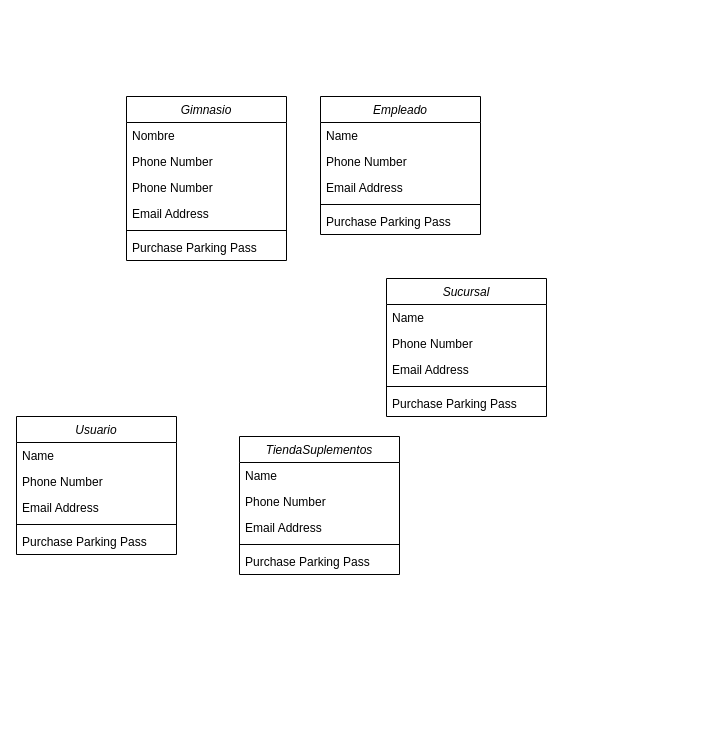
This is GestionDeGimnasios.drawio from FJavierVC/GestionDeGimnasios, a draw.io file, before an edit. Source tidied: cells renumbered, new cells numbered last; positions are measured from the earlier drawing's top-left corner, leaving out a move shared by most shapes. Both pictures are drawn from the tidied source at 100%, with x=0, y=0 at pixel (16, 96).
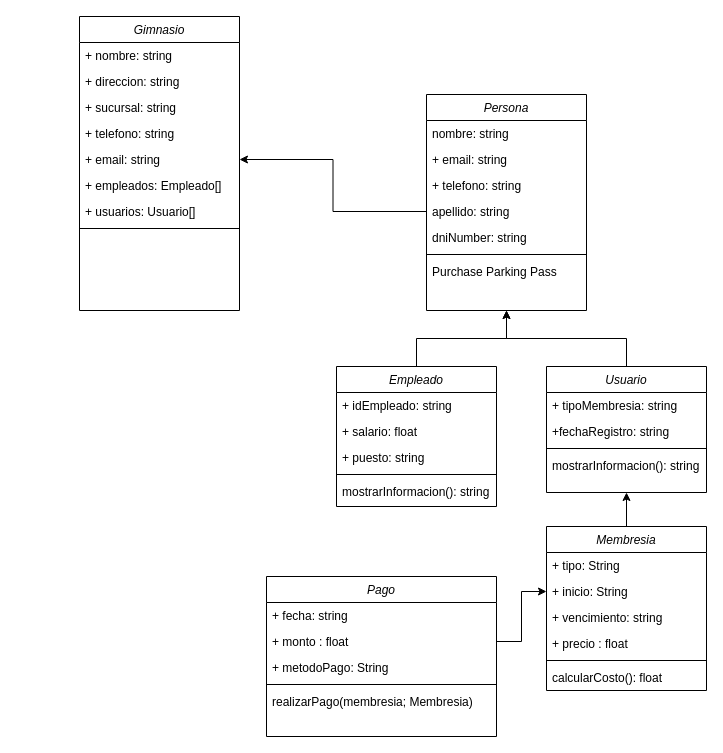
Above is the later version.

Change to the diagram source:
```diff
@@
     <mxCell id="2" value="Gimnasio" style="swimlane;fontStyle=2;align=center;verticalAlign=top;horizontal=1;startSize=26;rounded=0;shadow=0;strokeWidth=1;" parent="1" vertex="1">
-      <mxGeometry x="110" width="160" height="164" as="geometry" />
+      <mxGeometry x="63" y="-80" width="160" height="294" as="geometry" />
     </mxCell>
-    <mxCell id="3" value="Nombre" style="text;align=left;verticalAlign=top;spacingLeft=4;spacingRight=4;overflow=hidden;" parent="2" vertex="1">
-      <mxGeometry y="26" width="160" height="26" as="geometry" />
-    </mxCell>
+    <mxCell id="33" value="+ nombre: string" style="text;align=left;verticalAlign=top;spacingLeft=4;spacingRight=4;overflow=hidden;" parent="2" vertex="1">
+      <mxGeometry y="26" width="160" height="26" as="geometry" />
+    </mxCell>
+    <mxCell id="34" value="+ direccion: string" style="text;align=left;verticalAlign=top;spacingLeft=4;spacingRight=4;overflow=hidden;rounded=0;shadow=0;html=0;" parent="2" vertex="1">
+      <mxGeometry y="52" width="160" height="26" as="geometry" />
+    </mxCell>
-    <mxCell id="4" value="Phone Number" style="text;align=left;verticalAlign=top;spacingLeft=4;spacingRight=4;overflow=hidden;rounded=0;shadow=0;html=0;" parent="2" vertex="1">
-      <mxGeometry y="52" width="160" height="26" as="geometry" />
+    <mxCell id="4" value="+ sucursal: string" style="text;align=left;verticalAlign=top;spacingLeft=4;spacingRight=4;overflow=hidden;rounded=0;shadow=0;html=0;" parent="2" vertex="1">
+      <mxGeometry y="78" width="160" height="26" as="geometry" />
     </mxCell>
-    <mxCell id="5" value="Phone Number" style="text;align=left;verticalAlign=top;spacingLeft=4;spacingRight=4;overflow=hidden;rounded=0;shadow=0;html=0;" parent="2" vertex="1">
-      <mxGeometry y="78" width="160" height="26" as="geometry" />
-    </mxCell>
+    <mxCell id="35" value="+ telefono: string" style="text;align=left;verticalAlign=top;spacingLeft=4;spacingRight=4;overflow=hidden;rounded=0;shadow=0;html=0;" parent="2" vertex="1">
+      <mxGeometry y="104" width="160" height="26" as="geometry" />
+    </mxCell>
-    <mxCell id="6" value="Email Address" style="text;align=left;verticalAlign=top;spacingLeft=4;spacingRight=4;overflow=hidden;points=[[0,0.5],[1,0.5]];portConstraint=eastwest;rounded=0;shadow=0;html=0;" parent="2" vertex="1">
-      <mxGeometry y="104" width="160" height="26" as="geometry" />
+    <mxCell id="6" value="+ email: string" style="text;align=left;verticalAlign=top;spacingLeft=4;spacingRight=4;overflow=hidden;points=[[0,0.5],[1,0.5]];portConstraint=eastwest;rounded=0;shadow=0;html=0;" parent="2" vertex="1">
+      <mxGeometry y="130" width="160" height="26" as="geometry" />
     </mxCell>
+    <mxCell id="36" value="+ empleados: Empleado[]&#10;" style="text;align=left;verticalAlign=top;spacingLeft=4;spacingRight=4;overflow=hidden;" parent="2" vertex="1">
+      <mxGeometry y="156" width="160" height="26" as="geometry" />
+    </mxCell>
+    <mxCell id="37" value="+ usuarios: Usuario[]" style="text;align=left;verticalAlign=top;spacingLeft=4;spacingRight=4;overflow=hidden;" parent="2" vertex="1">
+      <mxGeometry y="182" width="160" height="26" as="geometry" />
+    </mxCell>
     <mxCell id="7" style="line;html=1;strokeWidth=1;align=left;verticalAlign=middle;spacingTop=-1;spacingLeft=3;spacingRight=3;labelPosition=right;" parent="2" vertex="1">
-      <mxGeometry y="130" width="160" height="8" as="geometry" />
+      <mxGeometry y="208" width="160" height="8" as="geometry" />
     </mxCell>
-    <mxCell id="8" value="Purchase Parking Pass" style="text;align=left;verticalAlign=top;spacingLeft=4;spacingRight=4;overflow=hidden;" parent="2" vertex="1">
-      <mxGeometry y="138" width="160" height="26" as="geometry" />
-    </mxCell>
-    <mxCell id="9" value="Sucursal" style="swimlane;fontStyle=2;align=center;verticalAlign=top;horizontal=1;startSize=26;rounded=0;shadow=0;strokeWidth=1;" parent="1" vertex="1">
-      <mxGeometry x="370" y="182" width="160" height="138" as="geometry" />
-    </mxCell>
-    <mxCell id="10" value="Name" style="text;align=left;verticalAlign=top;spacingLeft=4;spacingRight=4;overflow=hidden;" parent="9" vertex="1">
-      <mxGeometry y="26" width="160" height="26" as="geometry" />
-    </mxCell>
-    <mxCell id="11" value="Phone Number" style="text;align=left;verticalAlign=top;spacingLeft=4;spacingRight=4;overflow=hidden;rounded=0;shadow=0;html=0;" parent="9" vertex="1">
-      <mxGeometry y="52" width="160" height="26" as="geometry" />
-    </mxCell>
-    <mxCell id="12" value="Email Address" style="text;align=left;verticalAlign=top;spacingLeft=4;spacingRight=4;overflow=hidden;rounded=0;shadow=0;html=0;" parent="9" vertex="1">
-      <mxGeometry y="78" width="160" height="26" as="geometry" />
-    </mxCell>
-    <mxCell id="13" style="line;html=1;strokeWidth=1;align=left;verticalAlign=middle;spacingTop=-1;spacingLeft=3;spacingRight=3;labelPosition=right;" parent="9" vertex="1">
-      <mxGeometry y="104" width="160" height="8" as="geometry" />
-    </mxCell>
-    <mxCell id="14" value="Purchase Parking Pass" style="text;align=left;verticalAlign=top;spacingLeft=4;spacingRight=4;overflow=hidden;" parent="9" vertex="1">
-      <mxGeometry y="112" width="160" height="26" as="geometry" />
-    </mxCell>
+    <mxCell id="38" style="edgeStyle=orthogonalEdgeStyle;rounded=0;jettySize=auto;html=1;exitX=0.5;exitY=0;exitDx=0;exitDy=0;entryX=0.5;entryY=1;entryDx=0;entryDy=0;" parent="1" edge="1" source="15" target="21">
+      <mxGeometry relative="1" as="geometry" />
+    </mxCell>
     <mxCell id="15" value="Empleado" style="swimlane;fontStyle=2;align=center;verticalAlign=top;horizontal=1;startSize=26;rounded=0;shadow=0;strokeWidth=1;" parent="1" vertex="1">
-      <mxGeometry x="304" width="160" height="138" as="geometry" />
+      <mxGeometry x="320" y="270" width="160" height="140" as="geometry" />
     </mxCell>
-    <mxCell id="16" value="Name" style="text;align=left;verticalAlign=top;spacingLeft=4;spacingRight=4;overflow=hidden;" parent="15" vertex="1">
+    <mxCell id="16" value="+ idEmpleado: string" style="text;align=left;verticalAlign=top;spacingLeft=4;spacingRight=4;overflow=hidden;" parent="15" vertex="1">
       <mxGeometry y="26" width="160" height="26" as="geometry" />
     </mxCell>
-    <mxCell id="17" value="Phone Number" style="text;align=left;verticalAlign=top;spacingLeft=4;spacingRight=4;overflow=hidden;rounded=0;shadow=0;html=0;" parent="15" vertex="1">
-      <mxGeometry y="52" width="160" height="26" as="geometry" />
-    </mxCell>
-    <mxCell id="18" value="Email Address" style="text;align=left;verticalAlign=top;spacingLeft=4;spacingRight=4;overflow=hidden;rounded=0;shadow=0;html=0;" parent="15" vertex="1">
-      <mxGeometry y="78" width="160" height="26" as="geometry" />
+    <mxCell id="18" value="+ salario: float" style="text;align=left;verticalAlign=top;spacingLeft=4;spacingRight=4;overflow=hidden;rounded=0;shadow=0;html=0;" parent="15" vertex="1">
+      <mxGeometry y="52" width="160" height="26" as="geometry" />
     </mxCell>
+    <mxCell id="39" value="+ puesto: string" style="text;align=left;verticalAlign=top;spacingLeft=4;spacingRight=4;overflow=hidden;rounded=0;shadow=0;html=0;" parent="15" vertex="1">
+      <mxGeometry y="78" width="160" height="26" as="geometry" />
+    </mxCell>
@@
-    <mxCell id="20" value="Purchase Parking Pass" style="text;align=left;verticalAlign=top;spacingLeft=4;spacingRight=4;overflow=hidden;" parent="15" vertex="1">
+    <mxCell id="20" value="mostrarInformacion(): string" style="text;align=left;verticalAlign=top;spacingLeft=4;spacingRight=4;overflow=hidden;" parent="15" vertex="1">
       <mxGeometry y="112" width="160" height="26" as="geometry" />
     </mxCell>
-    <mxCell id="21" value="Usuario" style="swimlane;fontStyle=2;align=center;verticalAlign=top;horizontal=1;startSize=26;rounded=0;shadow=0;strokeWidth=1;" parent="1" vertex="1">
-      <mxGeometry y="320" width="160" height="138" as="geometry" />
+    <mxCell id="21" value="Persona" style="swimlane;fontStyle=2;align=center;verticalAlign=top;horizontal=1;startSize=26;rounded=0;shadow=0;strokeWidth=1;" parent="1" vertex="1">
+      <mxGeometry x="410" y="-2" width="160" height="216" as="geometry" />
     </mxCell>
-    <mxCell id="22" value="Name" style="text;align=left;verticalAlign=top;spacingLeft=4;spacingRight=4;overflow=hidden;" parent="21" vertex="1">
+    <mxCell id="22" value="nombre: string" style="text;align=left;verticalAlign=top;spacingLeft=4;spacingRight=4;overflow=hidden;" parent="21" vertex="1">
       <mxGeometry y="26" width="160" height="26" as="geometry" />
     </mxCell>
+    <mxCell id="40" value="+ email: string" style="text;align=left;verticalAlign=top;spacingLeft=4;spacingRight=4;overflow=hidden;rounded=0;shadow=0;html=0;" parent="21" vertex="1">
+      <mxGeometry y="52" width="160" height="26" as="geometry" />
+    </mxCell>
+    <mxCell id="41" value="+ telefono: string" style="text;align=left;verticalAlign=top;spacingLeft=4;spacingRight=4;overflow=hidden;rounded=0;shadow=0;html=0;" parent="21" vertex="1">
+      <mxGeometry y="78" width="160" height="26" as="geometry" />
+    </mxCell>
-    <mxCell id="23" value="Phone Number" style="text;align=left;verticalAlign=top;spacingLeft=4;spacingRight=4;overflow=hidden;points=[[0,0.5],[1,0.5]];portConstraint=eastwest;rounded=0;shadow=0;html=0;" parent="21" vertex="1">
-      <mxGeometry y="52" width="160" height="26" as="geometry" />
+    <mxCell id="23" value="apellido: string" style="text;align=left;verticalAlign=top;spacingLeft=4;spacingRight=4;overflow=hidden;points=[[0,0.5],[1,0.5]];portConstraint=eastwest;rounded=0;shadow=0;html=0;" parent="21" vertex="1">
+      <mxGeometry y="104" width="160" height="26" as="geometry" />
     </mxCell>
-    <mxCell id="24" value="Email Address" style="text;align=left;verticalAlign=top;spacingLeft=4;spacingRight=4;overflow=hidden;rounded=0;shadow=0;html=0;" parent="21" vertex="1">
-      <mxGeometry y="78" width="160" height="26" as="geometry" />
+    <mxCell id="24" value="dniNumber: string" style="text;align=left;verticalAlign=top;spacingLeft=4;spacingRight=4;overflow=hidden;rounded=0;shadow=0;html=0;" parent="21" vertex="1">
+      <mxGeometry y="130" width="160" height="26" as="geometry" />
     </mxCell>
     <mxCell id="25" style="line;html=1;strokeWidth=1;align=left;verticalAlign=middle;spacingTop=-1;spacingLeft=3;spacingRight=3;labelPosition=right;" parent="21" vertex="1">
-      <mxGeometry y="104" width="160" height="8" as="geometry" />
+      <mxGeometry y="156" width="160" height="8" as="geometry" />
     </mxCell>
     <mxCell id="26" value="Purchase Parking Pass" style="text;align=left;verticalAlign=top;spacingLeft=4;spacingRight=4;overflow=hidden;" parent="21" vertex="1">
-      <mxGeometry y="112" width="160" height="26" as="geometry" />
+      <mxGeometry y="164" width="160" height="26" as="geometry" />
     </mxCell>
+    <mxCell id="42" style="edgeStyle=orthogonalEdgeStyle;rounded=0;jettySize=auto;html=1;exitX=0.5;exitY=0;exitDx=0;exitDy=0;entryX=0.5;entryY=1;entryDx=0;entryDy=0;" parent="1" edge="1" source="27" target="45">
+      <mxGeometry relative="1" as="geometry" />
+    </mxCell>
-    <mxCell id="27" value="TiendaSuplementos" style="swimlane;fontStyle=2;align=center;verticalAlign=top;horizontal=1;startSize=26;rounded=0;shadow=0;strokeWidth=1;" parent="1" vertex="1">
-      <mxGeometry x="223" y="340" width="160" height="138" as="geometry" />
+    <mxCell id="27" value="Membresia" style="swimlane;fontStyle=2;align=center;verticalAlign=top;horizontal=1;startSize=26;rounded=0;shadow=0;strokeWidth=1;" parent="1" vertex="1">
+      <mxGeometry x="530" y="430" width="160" height="164" as="geometry" />
     </mxCell>
-    <mxCell id="28" value="Name" style="text;align=left;verticalAlign=top;spacingLeft=4;spacingRight=4;overflow=hidden;" parent="27" vertex="1">
+    <mxCell id="28" value="+ tipo: String" style="text;align=left;verticalAlign=top;spacingLeft=4;spacingRight=4;overflow=hidden;" parent="27" vertex="1">
       <mxGeometry y="26" width="160" height="26" as="geometry" />
     </mxCell>
-    <mxCell id="29" value="Phone Number" style="text;align=left;verticalAlign=top;spacingLeft=4;spacingRight=4;overflow=hidden;points=[[0,0.5],[1,0.5]];portConstraint=eastwest;rounded=0;shadow=0;html=0;" parent="27" vertex="1">
+    <mxCell id="29" value="+ inicio: String" style="text;align=left;verticalAlign=top;spacingLeft=4;spacingRight=4;overflow=hidden;points=[[0,0.5],[1,0.5]];portConstraint=eastwest;rounded=0;shadow=0;html=0;" parent="27" vertex="1">
       <mxGeometry y="52" width="160" height="26" as="geometry" />
     </mxCell>
-    <mxCell id="30" value="Email Address" style="text;align=left;verticalAlign=top;spacingLeft=4;spacingRight=4;overflow=hidden;rounded=0;shadow=0;html=0;" parent="27" vertex="1">
+    <mxCell id="30" value="+ vencimiento: string" style="text;align=left;verticalAlign=top;spacingLeft=4;spacingRight=4;overflow=hidden;rounded=0;shadow=0;html=0;" parent="27" vertex="1">
       <mxGeometry y="78" width="160" height="26" as="geometry" />
     </mxCell>
+    <mxCell id="43" value="+ precio : float" style="text;align=left;verticalAlign=top;spacingLeft=4;spacingRight=4;overflow=hidden;rounded=0;shadow=0;html=0;" parent="27" vertex="1">
+      <mxGeometry y="104" width="160" height="26" as="geometry" />
+    </mxCell>
     <mxCell id="31" style="line;html=1;strokeWidth=1;align=left;verticalAlign=middle;spacingTop=-1;spacingLeft=3;spacingRight=3;labelPosition=right;" parent="27" vertex="1">
-      <mxGeometry y="104" width="160" height="8" as="geometry" />
+      <mxGeometry y="130" width="160" height="8" as="geometry" />
     </mxCell>
-    <mxCell id="32" value="Purchase Parking Pass" style="text;align=left;verticalAlign=top;spacingLeft=4;spacingRight=4;overflow=hidden;" parent="27" vertex="1">
-      <mxGeometry y="112" width="160" height="26" as="geometry" />
+    <mxCell id="32" value="calcularCosto(): float" style="text;align=left;verticalAlign=top;spacingLeft=4;spacingRight=4;overflow=hidden;" parent="27" vertex="1">
+      <mxGeometry y="138" width="160" height="26" as="geometry" />
     </mxCell>
+    <mxCell id="44" style="edgeStyle=orthogonalEdgeStyle;rounded=0;jettySize=auto;html=1;exitX=0.5;exitY=0;exitDx=0;exitDy=0;entryX=0.5;entryY=1;entryDx=0;entryDy=0;" parent="1" edge="1" source="45" target="21">
+      <mxGeometry relative="1" as="geometry" />
+    </mxCell>
+    <mxCell id="45" value="Usuario" style="swimlane;fontStyle=2;align=center;verticalAlign=top;horizontal=1;startSize=26;rounded=0;shadow=0;strokeWidth=1;" parent="1" vertex="1">
+      <mxGeometry x="530" y="270" width="160" height="126" as="geometry" />
+    </mxCell>
+    <mxCell id="46" value="+ tipoMembresia: string" style="text;align=left;verticalAlign=top;spacingLeft=4;spacingRight=4;overflow=hidden;rounded=0;shadow=0;html=0;" parent="45" vertex="1">
+      <mxGeometry y="26" width="160" height="26" as="geometry" />
+    </mxCell>
+    <mxCell id="47" value="+fechaRegistro: string" style="text;align=left;verticalAlign=top;spacingLeft=4;spacingRight=4;overflow=hidden;rounded=0;shadow=0;html=0;" parent="45" vertex="1">
+      <mxGeometry y="52" width="160" height="26" as="geometry" />
+    </mxCell>
+    <mxCell id="48" style="line;html=1;strokeWidth=1;align=left;verticalAlign=middle;spacingTop=-1;spacingLeft=3;spacingRight=3;labelPosition=right;" parent="45" vertex="1">
+      <mxGeometry y="78" width="160" height="8" as="geometry" />
+    </mxCell>
+    <mxCell id="49" value="mostrarInformacion(): string" style="text;align=left;verticalAlign=top;spacingLeft=4;spacingRight=4;overflow=hidden;" parent="45" vertex="1">
+      <mxGeometry y="86" width="160" height="26" as="geometry" />
+    </mxCell>
+    <mxCell id="50" value="Pago" style="swimlane;fontStyle=2;align=center;verticalAlign=top;horizontal=1;startSize=26;rounded=0;shadow=0;strokeWidth=1;" parent="1" vertex="1">
+      <mxGeometry x="250" y="480" width="230" height="160" as="geometry" />
+    </mxCell>
+    <mxCell id="51" value="+ fecha: string" style="text;align=left;verticalAlign=top;spacingLeft=4;spacingRight=4;overflow=hidden;" parent="50" vertex="1">
+      <mxGeometry y="26" width="230" height="26" as="geometry" />
+    </mxCell>
+    <mxCell id="52" value="+ monto : float" style="text;align=left;verticalAlign=top;spacingLeft=4;spacingRight=4;overflow=hidden;points=[[0,0.5],[1,0.5]];portConstraint=eastwest;rounded=0;shadow=0;html=0;" parent="50" vertex="1">
+      <mxGeometry y="52" width="230" height="26" as="geometry" />
+    </mxCell>
+    <mxCell id="53" value="+ metodoPago: String" style="text;align=left;verticalAlign=top;spacingLeft=4;spacingRight=4;overflow=hidden;rounded=0;shadow=0;html=0;" parent="50" vertex="1">
+      <mxGeometry y="78" width="230" height="26" as="geometry" />
+    </mxCell>
+    <mxCell id="54" style="line;html=1;strokeWidth=1;align=left;verticalAlign=middle;spacingTop=-1;spacingLeft=3;spacingRight=3;labelPosition=right;" parent="50" vertex="1">
+      <mxGeometry y="104" width="230" height="8" as="geometry" />
+    </mxCell>
+    <mxCell id="55" value="realizarPago(membresia; Membresia)" style="text;align=left;verticalAlign=top;spacingLeft=4;spacingRight=4;overflow=hidden;" parent="50" vertex="1">
+      <mxGeometry y="112" width="230" height="26" as="geometry" />
+    </mxCell>
+    <mxCell id="56" style="edgeStyle=orthogonalEdgeStyle;rounded=0;jettySize=auto;html=1;exitX=0;exitY=0.5;exitDx=0;exitDy=0;entryX=1;entryY=0.5;entryDx=0;entryDy=0;" parent="1" edge="1" source="23" target="6">
+      <mxGeometry relative="1" as="geometry" />
+    </mxCell>
+    <mxCell id="57" style="edgeStyle=orthogonalEdgeStyle;rounded=0;jettySize=auto;html=1;exitX=1;exitY=0.5;exitDx=0;exitDy=0;entryX=0;entryY=0.5;entryDx=0;entryDy=0;" parent="1" edge="1" source="52" target="29">
+      <mxGeometry relative="1" as="geometry" />
+    </mxCell>
```
